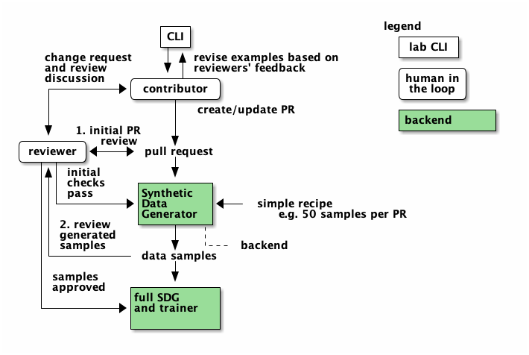
Earlier version of the PlantUML export docs/review-process.png (instructlab/taxonomy). Its source is kept beside it as docs/review-process.puml.
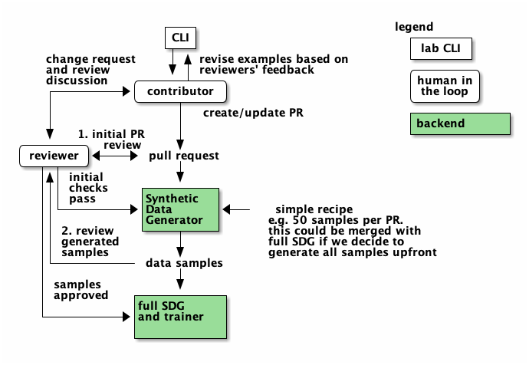
After the change.

Change to the diagram source:
```diff
@@ -17,10 +17,10 @@
    ||| checks   +---------+
    ||| pass     |Synthetic|
    ||+--------->|Data cGRE|<---simple recipe
-   ||           |Generator|      e.g. 50 samples per PR
-   || 2. review +----+---++
-   || generated      |   :
-   || samples        v   +-=- backend
+   ||           |Generator|      e.g. 50 samples per PR.
+   || 2. review +----+----+      this could be merged with
+   || generated      |           full SDG if we decide to
+   || samples        v           generate all samples upfront
    |+-----------data samples
    |                 |
    | samples         v
```
